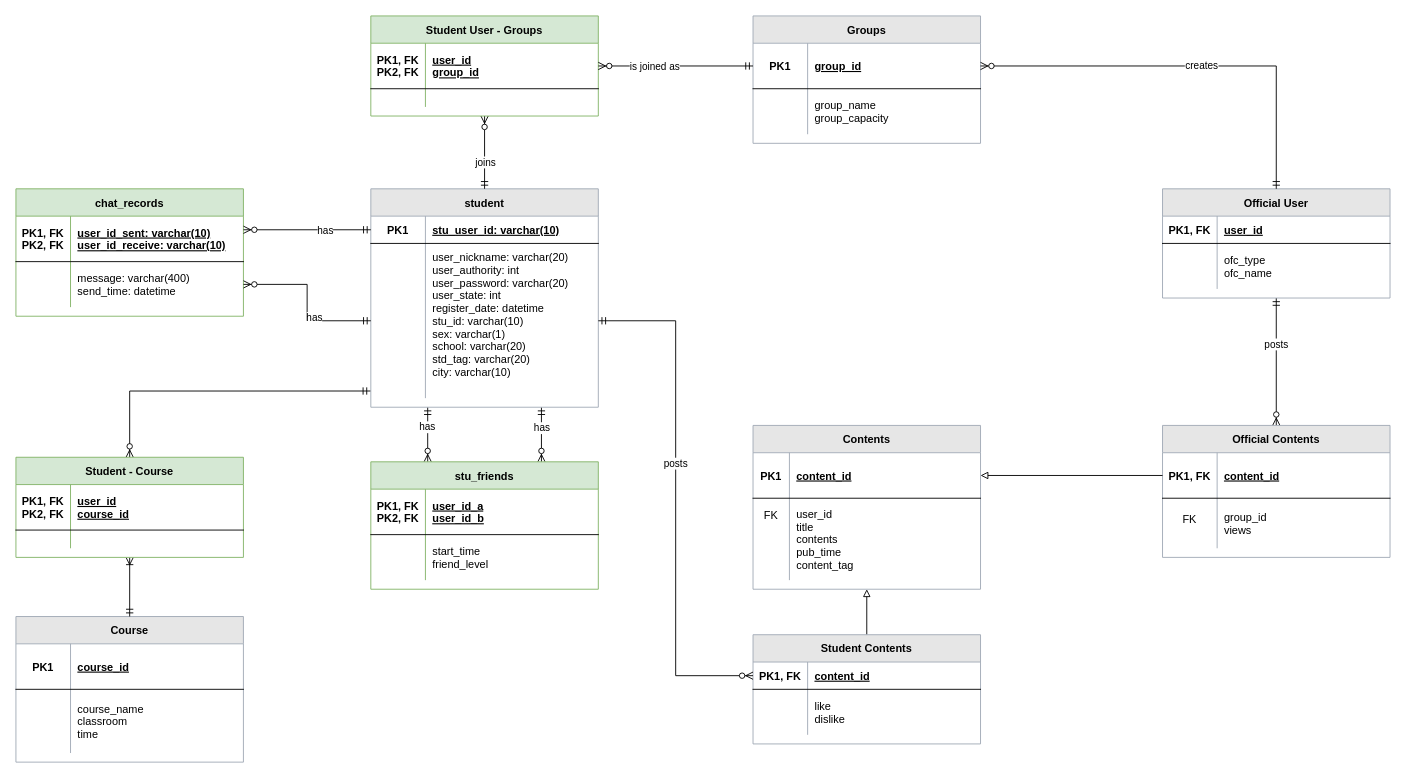
This is Database Schema Diagram.drawio from LeoHolmes416/Code-Symphony, a draw.io file, before an edit. Source tidied: cells renumbered, new cells numbered last; positions are measured from the earlier drawing's top-left corner, leaving out a move shared by most shapes. Both pictures are drawn from the tidied source at 91%, with x=0, y=0 at pixel (15, 15).
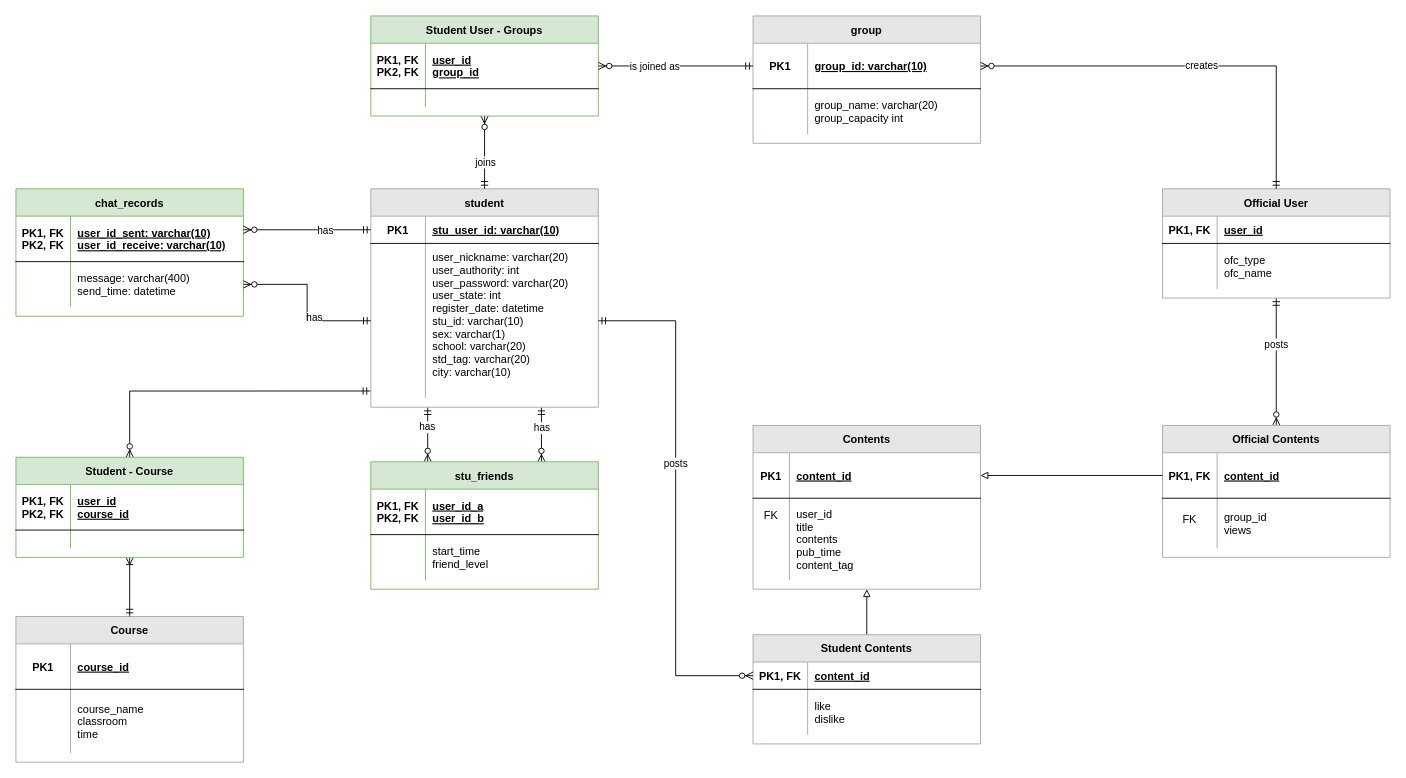
Above is the later version.

The change refers to these unchanged cells:
```xml
<mxCell id="30" style="shape=partialRectangle;fillColor=none;points=[[0,0.5],[1,0.5]];portConstraint=eastwest;top=0;left=0;right=0;bottom=1;" parent="29" vertex="1">
  <mxGeometry y="30" width="250" height="50" as="geometry" />
</mxCell>
<mxCell id="33" style="shape=partialRectangle;fillColor=none;top=0;left=0;right=0;bottom=0;" parent="29" vertex="1">
  <mxGeometry y="80" width="250" height="50" as="geometry" />
</mxCell>
```

What changed in the source:
```diff
@@
-    <mxCell id="29" value="Groups" style="shape=table;startSize=30;childLayout=tableLayout;rowLines=0;fontStyle=1;align=center;swimlaneFillColor=#ffffff;strokeColor=#A0A9B5;fillColor=#E6E6E6;" parent="1" vertex="1">
+    <mxCell id="29" value="group" style="shape=table;startSize=30;childLayout=tableLayout;rowLines=0;fontStyle=1;align=center;swimlaneFillColor=#ffffff;strokeColor=#A0A9B5;fillColor=#E6E6E6;" parent="1" vertex="1">
       <mxGeometry x="810" width="250" height="140" as="geometry" />
     </mxCell>
@@
-    <mxCell id="32" value="group_id" style="shape=partialRectangle;overflow=hidden;fillColor=none;top=0;left=0;bottom=0;right=0;align=left;spacingLeft=6;fontStyle=5;" parent="30" vertex="1">
+    <mxCell id="32" value="group_id: varchar(10)" style="shape=partialRectangle;overflow=hidden;fillColor=none;top=0;left=0;bottom=0;right=0;align=left;spacingLeft=6;fontStyle=5;" parent="30" vertex="1">
       <mxGeometry x="60" width="190" height="50" as="geometry" />
     </mxCell>
@@
-    <mxCell id="35" value="group_name&#10;group_capacity" style="shape=partialRectangle;overflow=hidden;fillColor=none;top=0;left=0;bottom=0;right=0;align=left;spacingLeft=6;" parent="33" vertex="1">
+    <mxCell id="35" value="group_name: varchar(20)&#10;group_capacity int" style="shape=partialRectangle;overflow=hidden;fillColor=none;top=0;left=0;bottom=0;right=0;align=left;spacingLeft=6;" parent="33" vertex="1">
       <mxGeometry x="60" width="190" height="50" as="geometry" />
     </mxCell>
```
